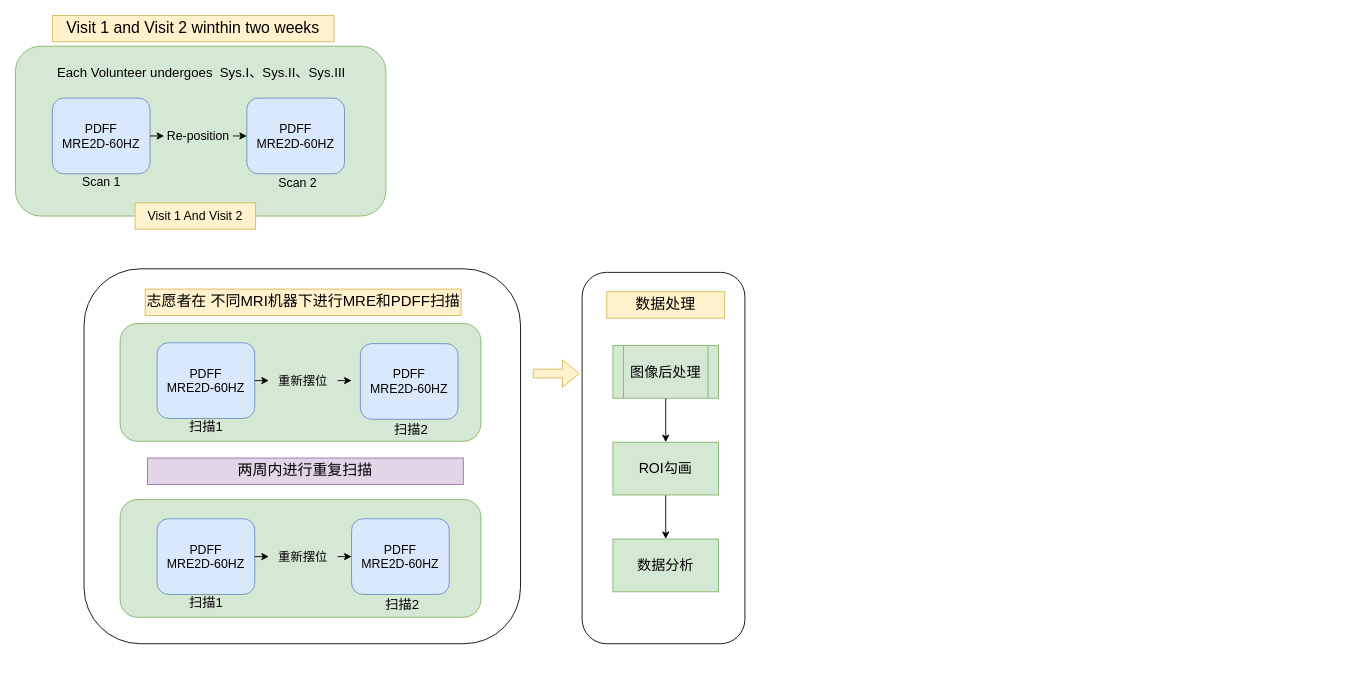
Above: MRI.drawio in judy-shang/IODraws (draw.io), before the change. Source tidied: cells renumbered, new cells numbered last; positions are measured from the earlier drawing's top-left corner, leaving out a move shared by most shapes. Both pictures are drawn from the tidied source at 88%, with x=0, y=0 at pixel (15, 15).
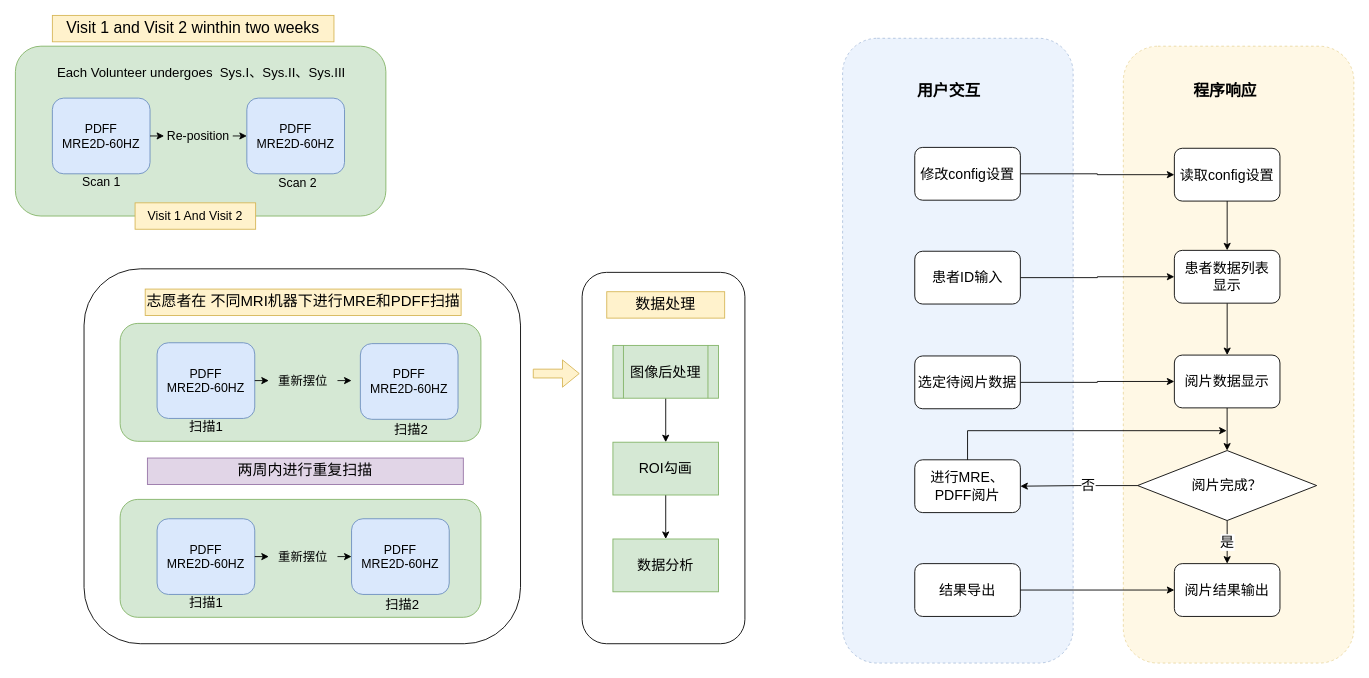
The same page after the edit.

The edit, as a diff of the source:
```diff
@@
+    <mxCell id="46" style="rounded=1;whiteSpace=wrap;html=1;fillColor=#fff2cc;strokeColor=#d6b656;dashed=1;opacity=50;" parent="1" vertex="1">
+      <mxGeometry x="1259" y="35" width="262" height="701" as="geometry" />
+    </mxCell>
+    <mxCell id="47" style="rounded=1;whiteSpace=wrap;html=1;fillColor=#dae8fc;strokeColor=#6c8ebf;dashed=1;opacity=50;" parent="1" vertex="1">
+      <mxGeometry x="940" y="26" width="262" height="710" as="geometry" />
+    </mxCell>
@@
+    <mxCell id="48" style="edgeStyle=orthogonalEdgeStyle;rounded=0;jettySize=auto;html=1;" parent="1" edge="1" source="49" target="53">
+      <mxGeometry relative="1" as="geometry" />
+    </mxCell>
+    <mxCell id="49" value="&lt;font style=&quot;font-size: 16px;&quot;&gt;读取config设置&lt;/font&gt;" style="whiteSpace=wrap;html=1;rounded=1;" parent="1" vertex="1">
+      <mxGeometry x="1317" y="151" width="120" height="60" as="geometry" />
+    </mxCell>
+    <mxCell id="50" style="edgeStyle=orthogonalEdgeStyle;rounded=0;jettySize=auto;html=1;" parent="1" edge="1" source="51" target="49">
+      <mxGeometry relative="1" as="geometry" />
+    </mxCell>
+    <mxCell id="51" value="&lt;font style=&quot;font-size: 16px;&quot;&gt;修改config设置&lt;/font&gt;" style="whiteSpace=wrap;html=1;rounded=1;" parent="1" vertex="1">
+      <mxGeometry x="1022" y="150" width="120" height="60" as="geometry" />
+    </mxCell>
+    <mxCell id="52" style="edgeStyle=orthogonalEdgeStyle;rounded=0;jettySize=auto;html=1;" parent="1" edge="1" source="53" target="57">
+      <mxGeometry relative="1" as="geometry" />
+    </mxCell>
+    <mxCell id="53" value="&lt;font style=&quot;font-size: 16px;&quot;&gt;患者数据列表&lt;/font&gt;&lt;div&gt;&lt;font style=&quot;font-size: 16px;&quot;&gt;显示&lt;/font&gt;&lt;/div&gt;" style="whiteSpace=wrap;html=1;rounded=1;" parent="1" vertex="1">
+      <mxGeometry x="1317" y="267" width="120" height="60" as="geometry" />
+    </mxCell>
+    <mxCell id="54" style="edgeStyle=orthogonalEdgeStyle;rounded=0;jettySize=auto;html=1;" parent="1" edge="1" source="55" target="53">
+      <mxGeometry relative="1" as="geometry" />
+    </mxCell>
+    <mxCell id="55" value="&lt;span style=&quot;font-size: 16px;&quot;&gt;患者ID输入&lt;/span&gt;" style="whiteSpace=wrap;html=1;rounded=1;" parent="1" vertex="1">
+      <mxGeometry x="1022" y="268" width="120" height="60" as="geometry" />
+    </mxCell>
+    <mxCell id="56" style="edgeStyle=orthogonalEdgeStyle;rounded=0;jettySize=auto;html=1;entryX=0.5;entryY=0;entryDx=0;entryDy=0;" parent="1" edge="1" source="57" target="64">
+      <mxGeometry relative="1" as="geometry" />
+    </mxCell>
+    <mxCell id="57" value="&lt;font style=&quot;font-size: 16px;&quot;&gt;阅片数据显示&lt;/font&gt;" style="whiteSpace=wrap;html=1;rounded=1;" parent="1" vertex="1">
+      <mxGeometry x="1317" y="386" width="120" height="60" as="geometry" />
+    </mxCell>
+    <mxCell id="58" style="edgeStyle=orthogonalEdgeStyle;rounded=0;jettySize=auto;html=1;" parent="1" edge="1" source="59" target="57">
+      <mxGeometry relative="1" as="geometry" />
+    </mxCell>
+    <mxCell id="59" value="&lt;span style=&quot;font-size: 16px;&quot;&gt;选定待阅片数据&lt;/span&gt;" style="whiteSpace=wrap;html=1;rounded=1;" parent="1" vertex="1">
+      <mxGeometry x="1022" y="387" width="120" height="60" as="geometry" />
+    </mxCell>
+    <mxCell id="60" style="edgeStyle=orthogonalEdgeStyle;rounded=0;jettySize=auto;html=1;" parent="1" edge="1" source="64" target="65">
+      <mxGeometry relative="1" as="geometry" />
+    </mxCell>
+    <mxCell id="61" value="否" style="edgeLabel;html=1;align=center;verticalAlign=middle;fontSize=16;" parent="60" vertex="1">
+      <mxGeometry x="-0.14" y="3" relative="1" as="geometry">
+        <mxPoint x="1" y="-4" as="offset" />
+      </mxGeometry>
+    </mxCell>
+    <mxCell id="62" style="edgeStyle=orthogonalEdgeStyle;rounded=0;jettySize=auto;html=1;" parent="1" edge="1" source="64" target="66">
+      <mxGeometry relative="1" as="geometry" />
+    </mxCell>
+    <mxCell id="63" value="&lt;font style=&quot;font-size: 16px;&quot;&gt;是&lt;/font&gt;" style="edgeLabel;html=1;align=center;verticalAlign=middle;" parent="62" vertex="1">
+      <mxGeometry x="-0.03" y="1" relative="1" as="geometry">
+        <mxPoint x="-2" y="1" as="offset" />
+      </mxGeometry>
+    </mxCell>
+    <mxCell id="64" value="阅片完成？" style="rhombus;whiteSpace=wrap;html=1;shapeInside=1;fontSize=16;" parent="1" vertex="1">
+      <mxGeometry x="1275.2" y="494.5" width="203.5" height="79.5" as="geometry" />
+    </mxCell>
+    <mxCell id="65" value="&lt;font style=&quot;font-size: 16px;&quot;&gt;进行MRE、PDFF阅片&lt;/font&gt;" style="rounded=1;whiteSpace=wrap;html=1;" parent="1" vertex="1">
+      <mxGeometry x="1022" y="505" width="120" height="60" as="geometry" />
+    </mxCell>
+    <mxCell id="66" value="阅片结果输出" style="rounded=1;whiteSpace=wrap;html=1;fontSize=16;" parent="1" vertex="1">
+      <mxGeometry x="1317" y="623" width="120" height="60" as="geometry" />
+    </mxCell>
+    <mxCell id="67" value="&lt;font style=&quot;font-size: 18px;&quot;&gt;&lt;b&gt;用户交互&lt;/b&gt;&lt;/font&gt;" style="text;strokeColor=none;fillColor=none;align=left;verticalAlign=middle;spacingLeft=4;spacingRight=4;overflow=hidden;whiteSpace=wrap;html=1;" parent="1" vertex="1">
+      <mxGeometry x="1019" y="71" width="120" height="30" as="geometry" />
+    </mxCell>
+    <mxCell id="68" value="&lt;font style=&quot;font-size: 16px;&quot;&gt;结果导出&lt;/font&gt;" style="rounded=1;whiteSpace=wrap;html=1;" parent="1" vertex="1">
+      <mxGeometry x="1022" y="623" width="120" height="60" as="geometry" />
+    </mxCell>
+    <mxCell id="69" style="endArrow=classic;html=1;rounded=0;exitX=1;exitY=0.5;exitDx=0;exitDy=0;entryX=0;entryY=0.5;entryDx=0;entryDy=0;" parent="1" edge="1" source="68" target="66">
+      <mxGeometry relative="1" as="geometry" />
+    </mxCell>
+    <mxCell id="70" style="endArrow=classic;html=1;rounded=0;exitX=0.5;exitY=0;exitDx=0;exitDy=0;edgeStyle=orthogonalEdgeStyle;" parent="1" edge="1" source="65">
+      <mxGeometry relative="1" as="geometry">
+        <mxPoint x="1376.4" y="471.9" as="targetPoint" />
+        <Array as="points">
+          <mxPoint x="1082" y="471.9" />
+        </Array>
+      </mxGeometry>
+    </mxCell>
+    <mxCell id="71" value="&lt;font style=&quot;font-size: 18px;&quot;&gt;&lt;b&gt;程序响应&lt;/b&gt;&lt;/font&gt;" style="text;strokeColor=none;fillColor=none;align=left;verticalAlign=middle;spacingLeft=4;spacingRight=4;overflow=hidden;whiteSpace=wrap;html=1;" parent="1" vertex="1">
+      <mxGeometry x="1333" y="71" width="120" height="30" as="geometry" />
+    </mxCell>
```
